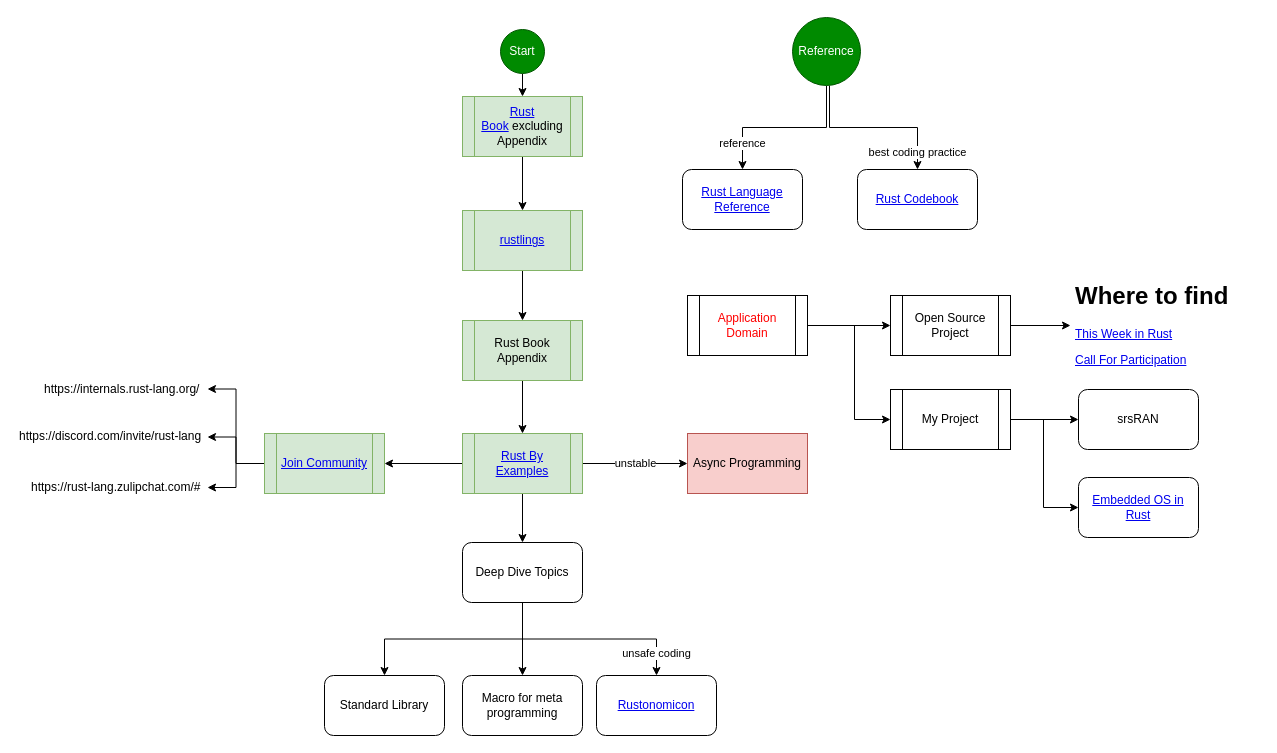
The draw.io diagram page "roadmap" (1 of 3) of learning_roadmap.drawio in gftea/rust_lang_notes, before the edit. Source tidied: cells renumbered, new cells numbered last; positions are measured from the earlier drawing's top-left corner, leaving out a move shared by most shapes. Both pictures are drawn from the tidied source at 100%, with x=0, y=0 at pixel (17, 17).
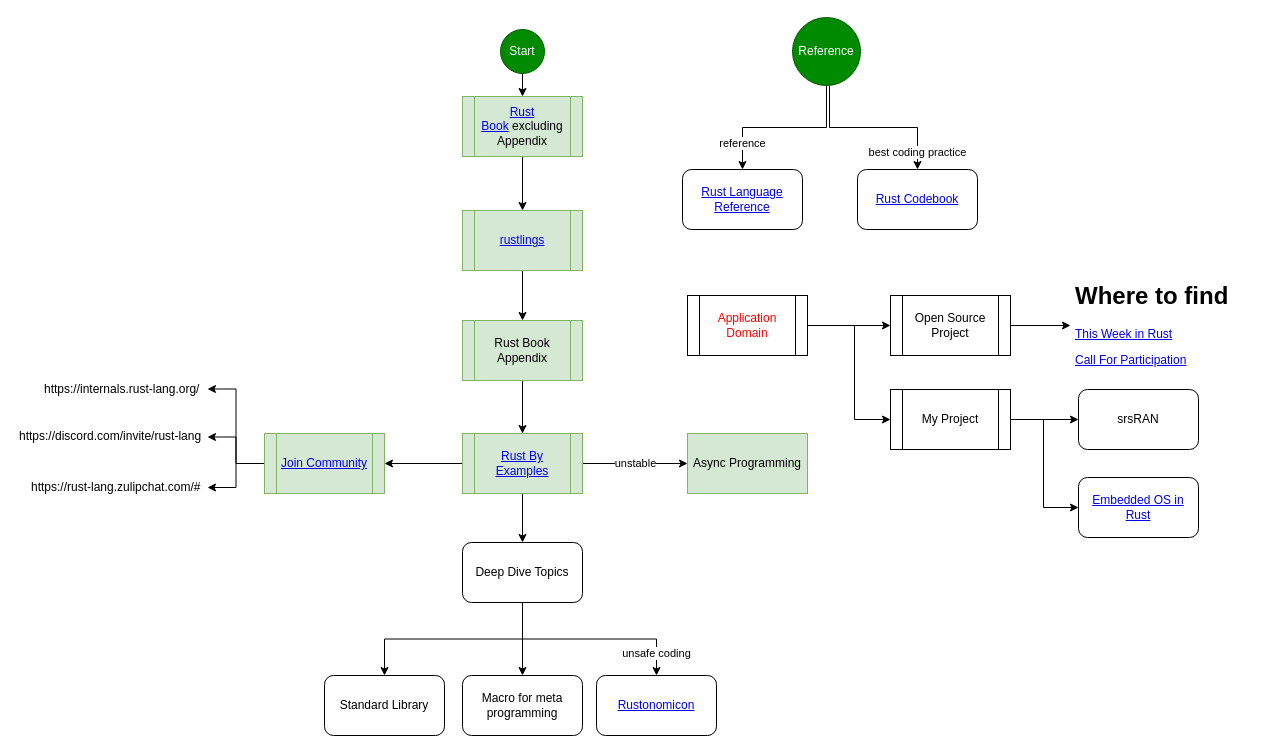
Above is the later version.

Change to the diagram source:
```diff
@@
-    <mxCell id="41" value="Async Programming" style="whiteSpace=wrap;html=1;fillColor=#f8cecc;strokeColor=#b85450;" parent="1" vertex="1">
+    <mxCell id="41" value="Async Programming" style="whiteSpace=wrap;html=1;fillColor=#d5e8d4;strokeColor=#82b366;" parent="1" vertex="1">
       <mxGeometry x="670" y="416" width="120" height="60" as="geometry" />
     </mxCell>
```
